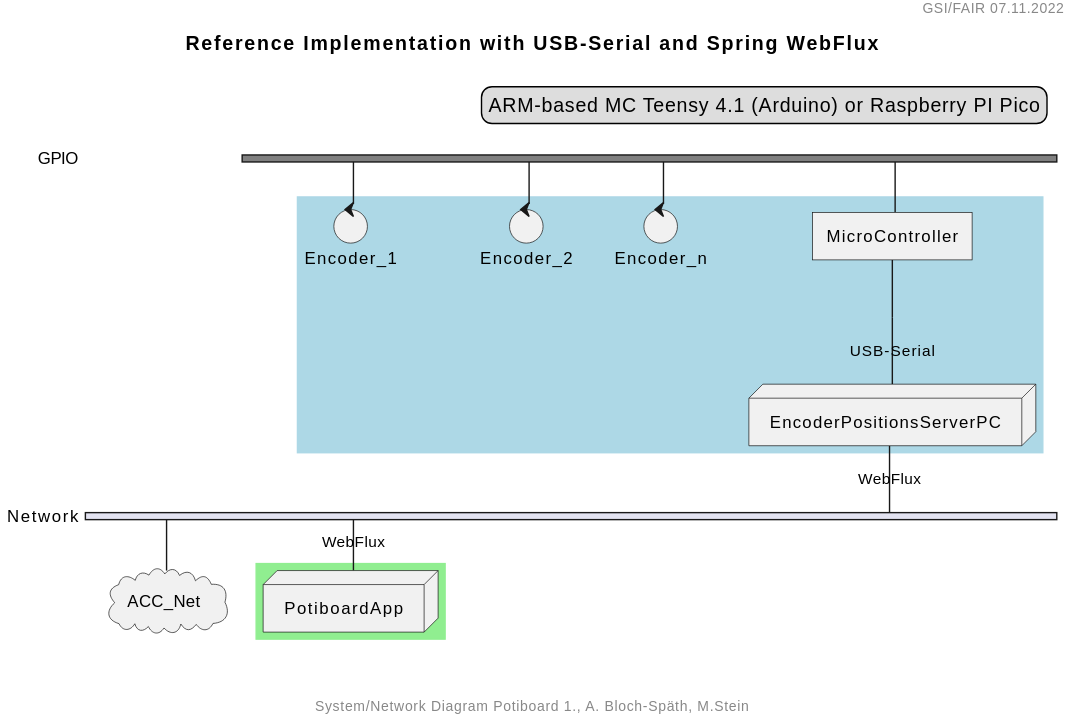
Earlier version of the PlantUML export plantuml/potiboard_network_01.svg (steinmartin/encoder-positions-docs). Source of this version:
```plantuml
@startuml

header GSI/FAIR 07.11.2022
footer System/Network Diagram Potiboard 1., A. Bloch-Späth, M.Stein
title Reference Implementation with USB-Serial and Spring WebFlux

 legend top right
   ARM-based MC Teensy 4.1 (Arduino) or Raspberry PI Pico
 endlegend

nwdiag {
  network GPIO {
    group {
      color = "lightblue";
       Encoder_1;
       Encoder_2;
       Encoder_n;
      MicroController;
      EncoderPositionsServerPC;
    }
    color = "gray"
    Encoder_1 [shape = control];
    Encoder_2 [shape = control];
    Encoder_n [shape = control];
    MicroController [shape = component];
    MicroController -- EncoderPositionsServerPC;
    EncoderPositionsServerPC [shape = node, address = USB-Serial];
  }

  network Network {
    ACC_Net [shape = cloud];
    EncoderPositionsServerPC [shape = node, address = WebFlux];
    PotiboardApp [shape = node, address = WebFlux];
    group {
      color = "lightgreen";
      PotiboardApp;
    }
  }
}
@enduml
```
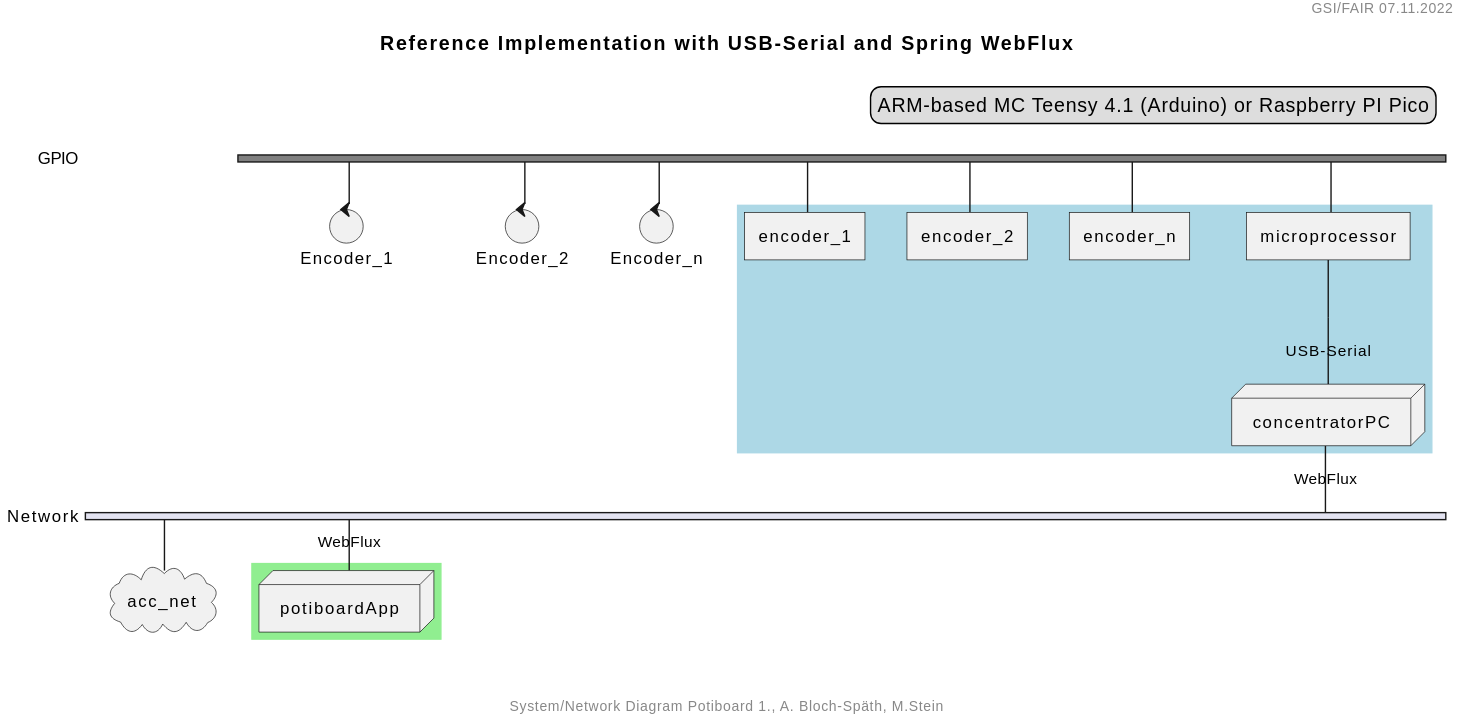
After the change.

Change to the diagram source:
```diff
@@ -12,29 +12,29 @@
   network GPIO {
     group {
       color = "lightblue";
-       Encoder_1;
-       Encoder_2;
-       Encoder_n;
-      MicroController;
-      EncoderPositionsServerPC;
+       encoder_1;
+       encoder_2;
+       encoder_n;
+      microprocessor;
+      concentratorPC;
     }
     color = "gray"
     Encoder_1 [shape = control];
     Encoder_2 [shape = control];
     Encoder_n [shape = control];
-    MicroController [shape = component];
-    MicroController -- EncoderPositionsServerPC;
-    EncoderPositionsServerPC [shape = node, address = USB-Serial];
+    microprocessor [shape = component];
+    microprocessor -- concentratorPC;
+   concentratorPC [shape = node, address = USB-Serial];
   }
 
   network Network {
-    ACC_Net [shape = cloud];
-    EncoderPositionsServerPC [shape = node, address = WebFlux];
-    PotiboardApp [shape = node, address = WebFlux];
     group {
       color = "lightgreen";
-      PotiboardApp;
+      potiboardApp;
     }
+    acc_net [shape = cloud];
+    concentratorPC [shape = node, address = WebFlux];
+    potiboardApp [shape = node, address = WebFlux];
   }
 }
 @enduml
```
